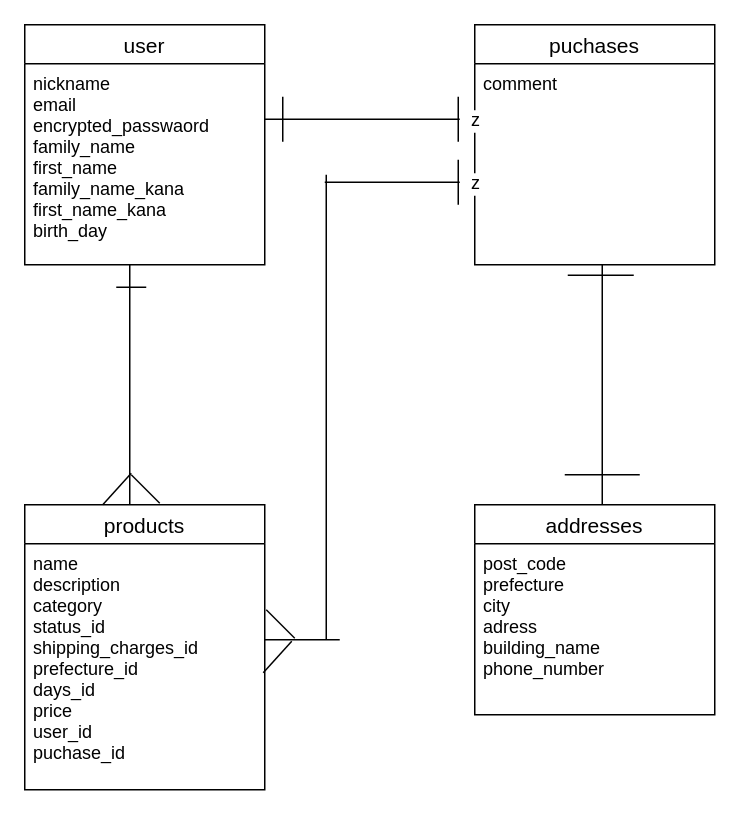
Earlier version of the draw.io diagram firima.dio (Kawase-Ryo/furima-38243). Source tidied: cells renumbered, new cells numbered last; positions are measured from the earlier drawing's top-left corner, leaving out a move shared by most shapes. Both pictures are drawn from the tidied source at 150%, with x=0, y=0 at pixel (24, 24).
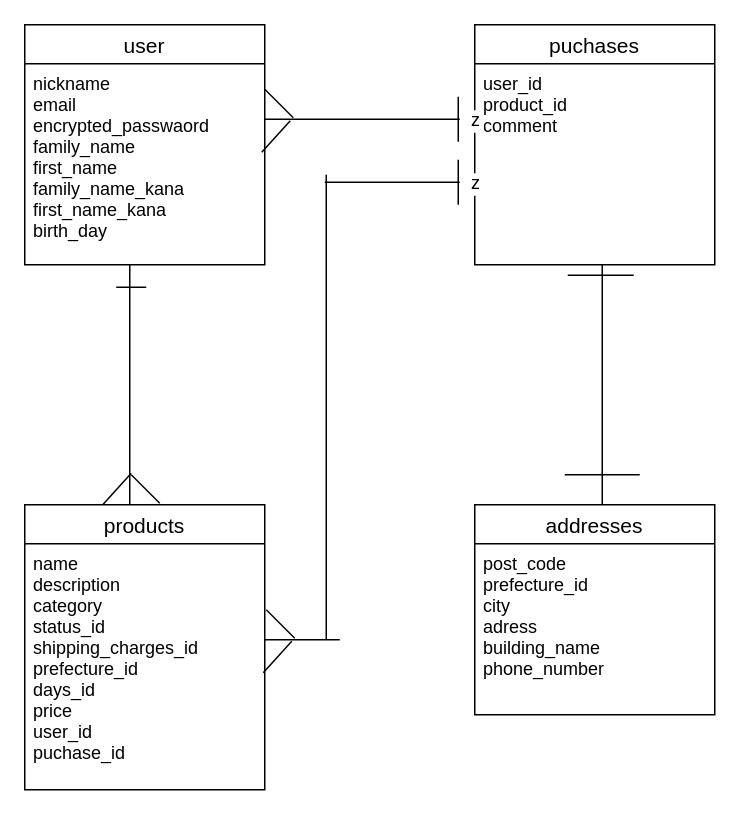
The same page after the edit.

Commit message (it also covers changes not shown here):
データベース設計-13

Unchanged cells that the change refers to:
```xml
<mxCell id="4" value="puchases" style="swimlane;fontStyle=0;horizontal=1;startSize=26;align=center;fontSize=14;" parent="1" vertex="1">
  <mxGeometry x="300" width="160" height="160" as="geometry" />
</mxCell>
<mxCell id="21" value="addresses" style="swimlane;fontStyle=0;horizontal=1;startSize=26;align=center;fontSize=14;" parent="1" vertex="1">
  <mxGeometry x="300" y="320" width="160" height="140" as="geometry" />
</mxCell>
```

Change to the diagram source:
```diff
@@
-    <mxCell id="5" value="comment" style="text;strokeColor=none;fillColor=none;spacingLeft=4;spacingRight=4;overflow=hidden;fontSize=12;" parent="4" vertex="1">
+    <mxCell id="5" value="user_id&#10;product_id&#10;comment" style="text;strokeColor=none;fillColor=none;spacingLeft=4;spacingRight=4;overflow=hidden;fontSize=12;" parent="4" vertex="1">
       <mxGeometry y="26" width="160" height="134" as="geometry" />
     </mxCell>
@@
-    <mxCell id="13" style="endArrow=none;html=1;rounded=0;" parent="1" edge="1">
-      <mxGeometry relative="1" as="geometry">
-        <mxPoint x="172" y="48" as="sourcePoint" />
-        <mxPoint x="172" y="78" as="targetPoint" />
-      </mxGeometry>
-    </mxCell>
@@
-    <mxCell id="22" value="post_code&#10;prefecture&#10;city&#10;adress&#10;building_name&#10;phone_number" style="text;strokeColor=none;fillColor=none;spacingLeft=4;spacingRight=4;overflow=hidden;fontSize=12;" parent="21" vertex="1">
+    <mxCell id="22" value="post_code&#10;prefecture_id&#10;city&#10;adress&#10;building_name&#10;phone_number" style="text;strokeColor=none;fillColor=none;spacingLeft=4;spacingRight=4;overflow=hidden;fontSize=12;" parent="21" vertex="1">
       <mxGeometry y="26" width="160" height="114" as="geometry" />
     </mxCell>
@@
+    <mxCell id="26" style="endArrow=none;html=1;" parent="1" edge="1">
+      <mxGeometry relative="1" as="geometry">
+        <mxPoint x="179" y="62" as="sourcePoint" />
+        <mxPoint x="160" y="43" as="targetPoint" />
+      </mxGeometry>
+    </mxCell>
+    <mxCell id="27" style="endArrow=none;html=1;entryX=0.843;entryY=0.4;entryDx=0;entryDy=0;entryPerimeter=0;" parent="1" edge="1">
+      <mxGeometry relative="1" as="geometry">
+        <mxPoint x="158" y="85" as="sourcePoint" />
+        <mxPoint x="177" y="64" as="targetPoint" />
+      </mxGeometry>
+    </mxCell>
```
